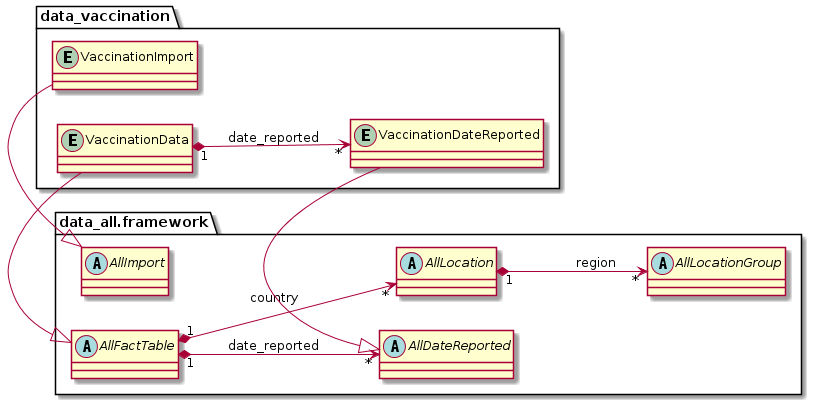
Earlier version of the PlantUML export docs/uml/project/data_vaccination/model.png (thomaswoehlke/flask_covid19).
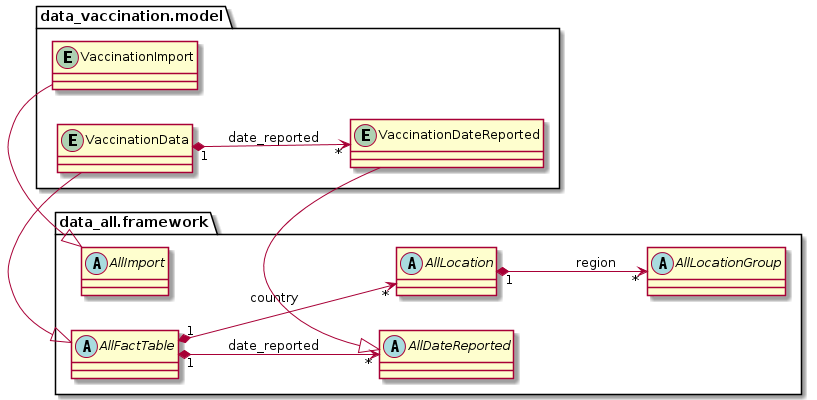
The same file after the commit.

The edit, as a diff of the source:
```diff
@@ -1,6 +1,5 @@
 @startuml
 left to right direction
-
 
 package data_all.framework {
     abstract class AllImport {}
@@ -14,7 +13,7 @@
     AllFactTable "1" *--> "*" AllDateReported : date_reported
 }
 
-package data_vaccination {
+package data_vaccination.model {
     entity VaccinationImport {}
     entity VaccinationData {}
     entity VaccinationDateReported {}
```
